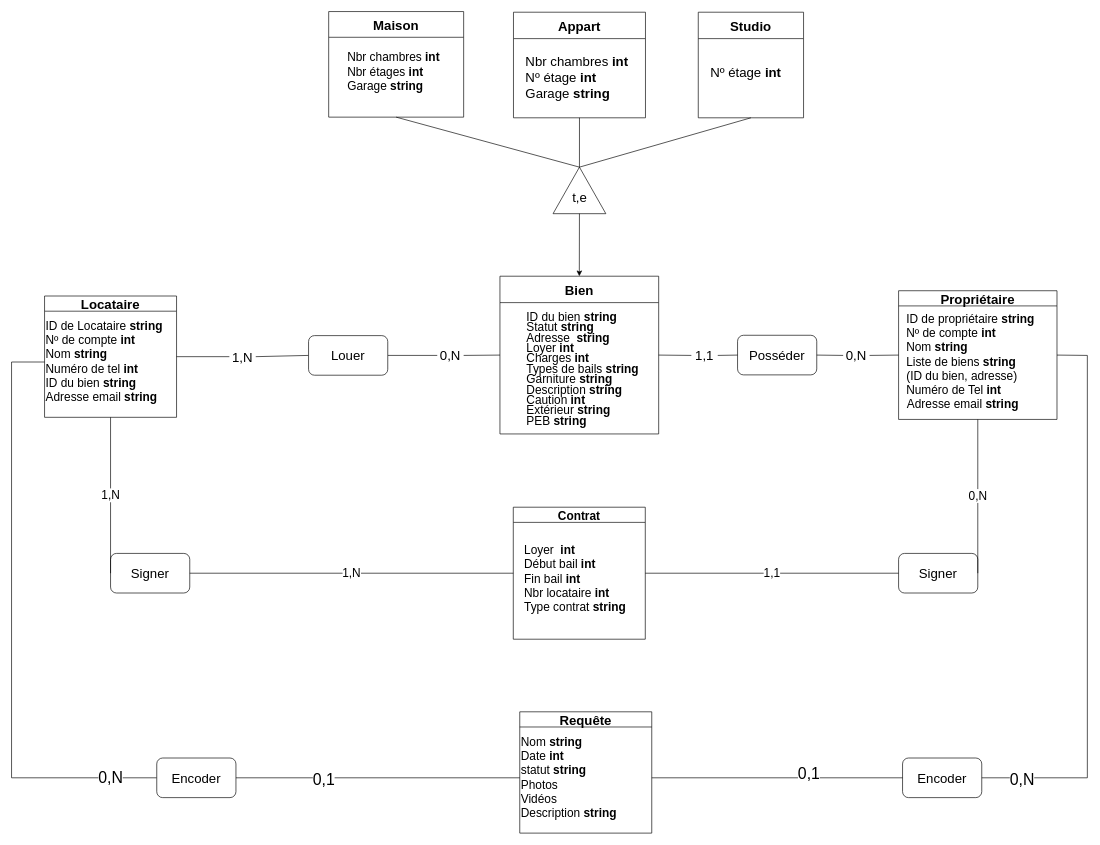
Julienthum/Co-Lock keeps this draw.io diagram as page "Schéma entités-associations" (1 of 20) of Ko-loc (1).drawio. Above is the earlier version. Source tidied: cells renumbered, new cells numbered last; positions are measured from the earlier drawing's top-left corner, leaving out a move shared by most shapes. Both pictures are drawn from the tidied source at 66%, with x=0, y=0 at pixel (11, 11).
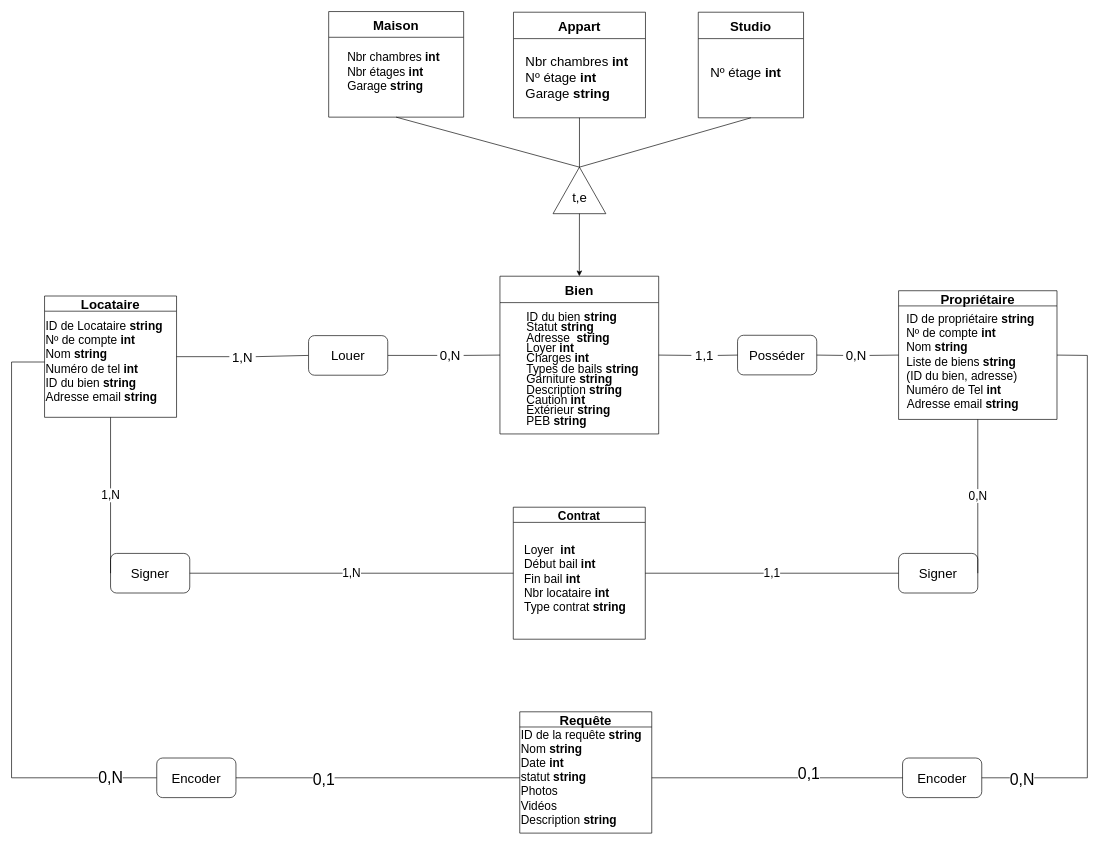
After the change.

Unchanged cells that the change refers to:
```xml
<mxCell id="43" value="Requête" style="swimlane;fontSize=20;" parent="1" vertex="1">
  <mxGeometry x="770" y="1061" width="200" height="183.8" as="geometry" />
</mxCell>
```

Diff of the diagram source:
```diff
@@
-    <mxCell id="44" value="&lt;p class=&quot;MsoListParagraphCxSpFirst&quot; style=&quot;margin: 0cm 0cm 0cm 36pt ; line-height: 15.6933px ; font-size: 11pt ; font-family: &amp;#34;calibri&amp;#34; , sans-serif ; text-indent: -18pt&quot;&gt;&lt;/p&gt;&lt;font style=&quot;font-size: 18px&quot;&gt;Nom &lt;b&gt;string&lt;/b&gt;&lt;br&gt;Date &lt;b&gt;int&lt;br&gt;&lt;/b&gt;statut &lt;b&gt;string&lt;/b&gt;&lt;br&gt;Photos&lt;br&gt;Vidéos&lt;br&gt;Description &lt;b&gt;string&lt;/b&gt;&lt;br&gt;&lt;/font&gt;" style="text;html=1;strokeColor=none;fillColor=none;align=left;verticalAlign=middle;whiteSpace=wrap;rounded=0;" parent="43" vertex="1">
+    <mxCell id="44" value="&lt;p class=&quot;MsoListParagraphCxSpFirst&quot; style=&quot;margin: 0cm 0cm 0cm 36pt ; line-height: 15.6933px ; font-size: 11pt ; font-family: &amp;#34;calibri&amp;#34; , sans-serif ; text-indent: -18pt&quot;&gt;&lt;/p&gt;&lt;font style=&quot;font-size: 18px&quot;&gt;ID de la requête &lt;b&gt;string&lt;/b&gt;&lt;br&gt;Nom &lt;b&gt;string&lt;/b&gt;&lt;br&gt;Date &lt;b&gt;int&lt;br&gt;&lt;/b&gt;statut &lt;b&gt;string&lt;/b&gt;&lt;br&gt;Photos&lt;br&gt;Vidéos&lt;br&gt;Description &lt;b&gt;string&lt;/b&gt;&lt;br&gt;&lt;/font&gt;" style="text;html=1;strokeColor=none;fillColor=none;align=left;verticalAlign=middle;whiteSpace=wrap;rounded=0;" parent="43" vertex="1">
       <mxGeometry y="35" width="190" height="130" as="geometry" />
     </mxCell>
```
